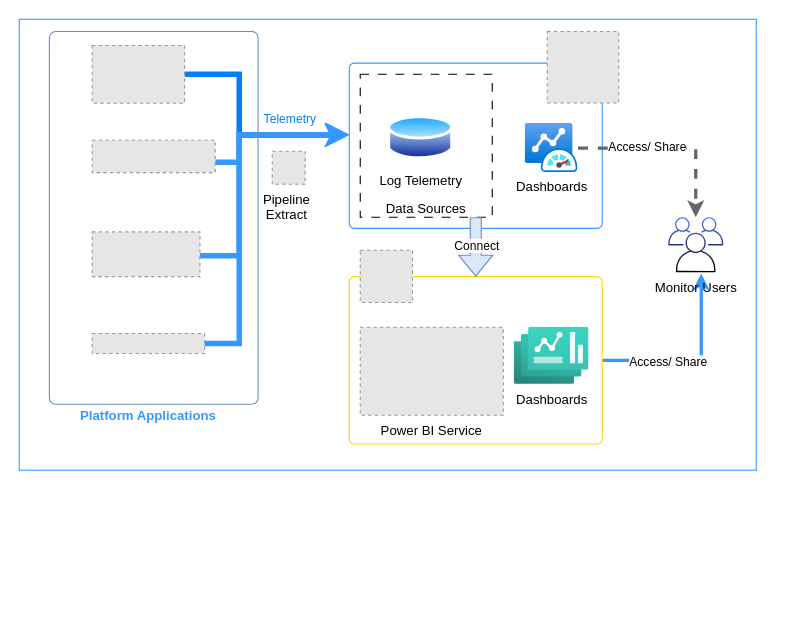
Earlier version of the draw.io diagram Monitor.drawio (jijeeshme/diagrams). Source tidied: cells renumbered, new cells numbered last; positions are measured from the earlier drawing's top-left corner, leaving out a move shared by most shapes. Both pictures are drawn from the tidied source at 110%, with x=0, y=0 at pixel (19, 19). Pictures stored in the file or linked from it are replaced by grey dashed boxes.
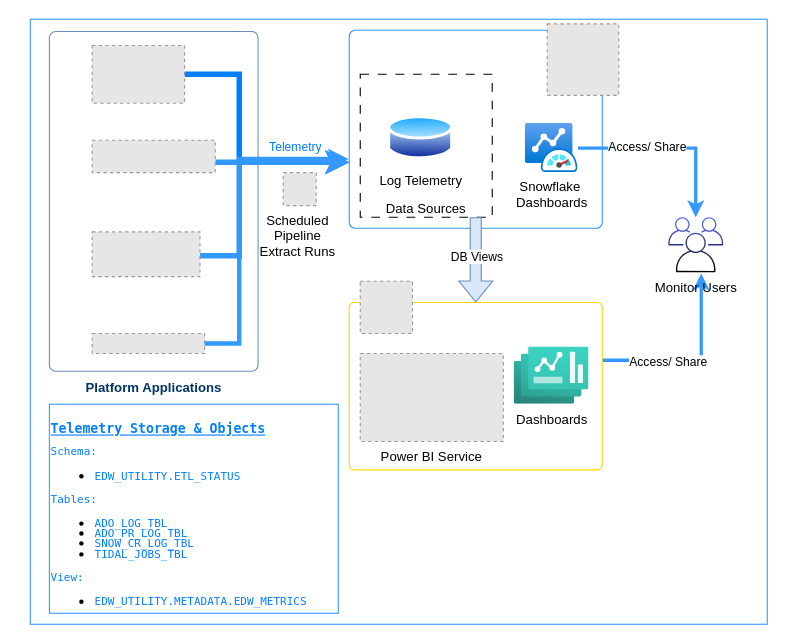
The same diagram, later.

Unchanged cells that the change refers to:
```xml
<mxCell id="9" style="fillColor=#E6E6E6;strokeColor=#999999;dashed=1;verticalLabelPosition=bottom;verticalAlign=top;" parent="1" vertex="1">
  <mxGeometry x="66.3" y="23.9" width="84" height="52.4" as="geometry" />
</mxCell>
<mxCell id="12" style="fillColor=#E6E6E6;strokeColor=#999999;dashed=1;verticalLabelPosition=bottom;verticalAlign=top;" parent="1" vertex="1">
  <mxGeometry x="66.3" y="110" width="111.9" height="29.4" as="geometry" />
</mxCell>
<mxCell id="16" style="fillColor=#E6E6E6;strokeColor=#999999;dashed=1;verticalLabelPosition=bottom;verticalAlign=top;" parent="1" vertex="1">
  <mxGeometry x="66.3" y="193.3" width="98" height="40.7" as="geometry" />
</mxCell>
<mxCell id="20" value="Monitor Users" style="sketch=0;outlineConnect=0;strokeColor=#6c8ebf;fillColor=#566CFC;dashed=0;verticalLabelPosition=bottom;verticalAlign=top;align=center;html=1;fontSize=12;fontStyle=0;shape=mxgraph.aws4.illustration_users;gradientColor=default;" parent="1" vertex="1">
  <mxGeometry x="590" y="180" width="50" height="50" as="geometry" />
</mxCell>
<mxCell id="26" style="fillColor=#E6E6E6;strokeColor=#999999;dashed=1;verticalLabelPosition=bottom;labelBackgroundColor=default;verticalAlign=top;" parent="1" vertex="1">
  <mxGeometry x="66.3" y="285.7" width="102.2" height="18.1" as="geometry" />
</mxCell>
```

The edit, as a diff of the source:
```diff
@@
+    <mxCell id="30" style="rounded=1;whiteSpace=wrap;html=1;arcSize=3;fillColor=none;strokeColor=#6c8ebf;" parent="1" vertex="1">
+      <mxGeometry x="27.4" y="11.2" width="189.7" height="308.8" as="geometry" />
+    </mxCell>
@@
     <mxCell id="3" style="rounded=0;whiteSpace=wrap;html=1;fillColor=none;strokeColor=#3399FF;" parent="1" vertex="1">
-      <mxGeometry width="670" height="410" as="geometry" />
+      <mxGeometry x="10" width="670" height="550" as="geometry" />
     </mxCell>
@@
     <mxCell id="6" style="rounded=1;whiteSpace=wrap;html=1;fillColor=none;arcSize=3;strokeColor=light-dark(#ffd500, #ededed);" parent="1" vertex="1">
-      <mxGeometry x="300" y="234" width="230" height="152.2" as="geometry" />
+      <mxGeometry x="300" y="257.5" width="230" height="152.2" as="geometry" />
     </mxCell>
     <mxCell id="7" style="rounded=1;whiteSpace=wrap;html=1;fillColor=none;arcSize=3;strokeColor=#3399FF;" parent="1" vertex="1">
-      <mxGeometry x="300" y="39.9" width="230" height="150.2" as="geometry" />
+      <mxGeometry x="300" y="10" width="230" height="180" as="geometry" />
     </mxCell>
     <mxCell id="8" style="edgeStyle=orthogonalEdgeStyle;rounded=0;jettySize=auto;html=1;strokeColor=#007FFF;strokeWidth=5;" parent="1" edge="1" source="9" target="7">
       <mxGeometry relative="1" as="geometry">
         <Array as="points">
           <mxPoint x="200" y="50" />
-          <mxPoint x="200" y="105" />
+          <mxPoint x="200" y="130" />
         </Array>
       </mxGeometry>
     </mxCell>
@@
     <mxCell id="10" style="fillColor=#E6E6E6;strokeColor=#999999;dashed=1;verticalLabelPosition=bottom;verticalAlign=top;" parent="1" vertex="1">
-      <mxGeometry x="480" y="11.2" width="65" height="65" as="geometry" />
+      <mxGeometry x="480" y="4.2" width="65" height="65" as="geometry" />
     </mxCell>
     <mxCell id="11" style="edgeStyle=orthogonalEdgeStyle;rounded=0;jettySize=auto;html=1;strokeWidth=5;strokeColor=#3399FF;" parent="1" edge="1" source="12" target="7">
       <mxGeometry relative="1" as="geometry">
         <Array as="points">
-          <mxPoint x="200" y="130" />
-          <mxPoint x="200" y="105" />
+          <mxPoint x="260" y="130" />
+          <mxPoint x="260" y="130" />
         </Array>
       </mxGeometry>
     </mxCell>
@@
     <mxCell id="14" style="edgeStyle=orthogonalEdgeStyle;rounded=0;jettySize=auto;html=1;strokeColor=#3399FF;strokeWidth=5;" parent="1" edge="1" source="16" target="7">
       <mxGeometry relative="1" as="geometry">
         <Array as="points">
           <mxPoint x="200" y="215" />
-          <mxPoint x="200" y="105" />
+          <mxPoint x="200" y="130" />
         </Array>
       </mxGeometry>
     </mxCell>
@@
-    <mxCell id="17" style="edgeStyle=orthogonalEdgeStyle;rounded=0;jettySize=auto;html=1;strokeWidth=3;strokeColor=#666666;fillColor=#f5f5f5;dashed=1;" parent="1" edge="1" source="19" target="20">
+    <mxCell id="17" style="edgeStyle=orthogonalEdgeStyle;rounded=0;jettySize=auto;html=1;strokeWidth=3;strokeColor=#3399FF;fillColor=#f5f5f5;" parent="1" edge="1" source="19" target="20">
       <mxGeometry relative="1" as="geometry" />
     </mxCell>
@@
-    <mxCell id="19" value="Dashboards" style="image;html=1;points=[];align=center;fontSize=12;image=img/lib/azure2/other/Azure_Monitor_Dashboard.svg;" parent="1" vertex="1">
+    <mxCell id="19" value="Snowflake&amp;nbsp;&lt;div&gt;Dashboards&lt;/div&gt;" style="image;html=1;points=[];align=center;fontSize=12;image=img/lib/azure2/other/Azure_Monitor_Dashboard.svg;" parent="1" vertex="1">
       <mxGeometry x="460" y="94.8" width="48" height="44.6" as="geometry" />
     </mxCell>
@@
-    <mxCell id="21" value="Pipeline &#10;Extract " style="fillColor=#E6E6E6;strokeColor=#999999;dashed=1;verticalLabelPosition=bottom;verticalAlign=top;" parent="1" vertex="1">
-      <mxGeometry x="230" y="120" width="30" height="30" as="geometry" />
+    <mxCell id="21" value="Scheduled &#10;Pipeline &#10;Extract Runs " style="fillColor=#E6E6E6;strokeColor=#999999;dashed=1;verticalLabelPosition=bottom;verticalAlign=top;" parent="1" vertex="1">
+      <mxGeometry x="240" y="139.4" width="30" height="30" as="geometry" />
     </mxCell>
-    <mxCell id="22" style="shape=flexArrow;endArrow=classic;html=1;rounded=0;fillColor=#dae8fc;strokeColor=#6c8ebf;" parent="1" edge="1">
+    <mxCell id="22" style="shape=flexArrow;endArrow=classic;html=1;rounded=0;fillColor=#dae8fc;strokeColor=#6c8ebf;entryX=0.5;entryY=0;entryDx=0;entryDy=0;" parent="1" edge="1" target="6">
       <mxGeometry relative="1" as="geometry">
         <mxPoint x="415" y="180" as="sourcePoint" />
-        <mxPoint x="415" y="234" as="targetPoint" />
       </mxGeometry>
     </mxCell>
-    <mxCell id="23" value="Connect" style="edgeLabel;html=1;align=center;verticalAlign=middle;" parent="22" vertex="1">
+    <mxCell id="23" value="DB Views" style="edgeLabel;html=1;align=center;verticalAlign=middle;" parent="22" vertex="1">
       <mxGeometry x="-0.14" y="-3" relative="1" as="geometry">
         <mxPoint x="3" y="2" as="offset" />
       </mxGeometry>
     </mxCell>
     <mxCell id="24" style="fillColor=#E6E6E6;strokeColor=#999999;dashed=1;verticalLabelPosition=bottom;verticalAlign=top;" parent="1" vertex="1">
-      <mxGeometry x="310" y="210" width="47.5" height="47.5" as="geometry" />
+      <mxGeometry x="310" y="238.2" width="47.5" height="47.5" as="geometry" />
     </mxCell>
     <mxCell id="25" value="Power BI Service" style="fillColor=#E6E6E6;strokeColor=#999999;dashed=1;verticalLabelPosition=bottom;labelBackgroundColor=default;verticalAlign=top;" parent="1" vertex="1">
-      <mxGeometry x="310" y="280" width="130.1" height="80" as="geometry" />
+      <mxGeometry x="310" y="303.8" width="130.1" height="80" as="geometry" />
     </mxCell>
@@
-    <mxCell id="27" style="edgeStyle=orthogonalEdgeStyle;rounded=0;jettySize=auto;html=1;entryX=-0.003;entryY=0.436;entryDx=0;entryDy=0;entryPerimeter=0;strokeColor=#3399FF;strokeWidth=5;" parent="1" edge="1" source="26" target="7">
-      <mxGeometry relative="1" as="geometry">
-        <Array as="points">
-          <mxPoint x="200" y="295" />
-          <mxPoint x="200" y="105" />
-        </Array>
-      </mxGeometry>
-    </mxCell>
     <mxCell id="28" value="Dashboards" style="image;html=1;align=center;fontSize=12;image=img/lib/azure2/other/Dashboard_Hub.svg;imageBackground=default;" parent="1" vertex="1">
-      <mxGeometry x="450" y="280" width="68" height="52" as="geometry" />
+      <mxGeometry x="450" y="298" width="68" height="52" as="geometry" />
     </mxCell>
-    <mxCell id="29" value="&lt;b&gt;&lt;font style=&quot;color: rgb(51, 153, 255);&quot;&gt;Platform Applications&lt;/font&gt;&lt;/b&gt;" style="text;html=1;align=center;verticalAlign=middle;whiteSpace=wrap;rounded=0;" parent="1" vertex="1">
-      <mxGeometry x="52.8" y="336.2" width="129.2" height="50" as="geometry" />
+    <mxCell id="29" value="&lt;b&gt;&lt;font style=&quot;color: rgb(0, 51, 102);&quot;&gt;Platform Applications&lt;/font&gt;&lt;/b&gt;" style="text;html=1;align=center;verticalAlign=middle;whiteSpace=wrap;rounded=0;" parent="1" vertex="1">
+      <mxGeometry x="57.7" y="310" width="129.2" height="50" as="geometry" />
     </mxCell>
-    <mxCell id="30" style="rounded=1;whiteSpace=wrap;html=1;arcSize=3;fillColor=none;strokeColor=#6c8ebf;" parent="1" vertex="1">
-      <mxGeometry x="27.4" y="11.2" width="189.7" height="338.8" as="geometry" />
-    </mxCell>
@@
+    <mxCell id="32" value="&lt;div style=&quot;line-height: 70%;&quot;&gt;&lt;p&gt;&lt;span&gt;&lt;font style=&quot;color: rgb(0, 127, 255);&quot; face=&quot;Lucida Console&quot;&gt;&lt;b&gt;&lt;u&gt;Telemetry Storage &amp;amp; Objects&lt;/u&gt;&lt;/b&gt;&lt;/font&gt;&lt;/span&gt;&lt;/p&gt;&lt;p&gt;&lt;font style=&quot;color: rgb(0, 127, 255);&quot; face=&quot;Lucida Console&quot;&gt;&lt;span style=&quot;font-size: 10px;&quot;&gt;Schema:&amp;nbsp;&lt;/span&gt;&lt;/font&gt;&lt;/p&gt;&lt;p&gt;&lt;/p&gt;&lt;ul&gt;&lt;li&gt;&lt;font style=&quot;color: rgb(0, 127, 255);&quot; face=&quot;Lucida Console&quot;&gt;&lt;span style=&quot;font-size: 10px;&quot;&gt;EDW_UTILITY.ETL_STATUS&lt;/span&gt;&lt;/font&gt;&lt;/li&gt;&lt;/ul&gt;&lt;p&gt;&lt;/p&gt;&lt;p&gt;&lt;font style=&quot;color: rgb(0, 127, 255);&quot; face=&quot;Lucida Console&quot;&gt;&lt;span style=&quot;font-size: 10px;&quot;&gt;Tables:&amp;nbsp;&lt;/span&gt;&lt;/font&gt;&lt;/p&gt;&lt;p&gt;&lt;/p&gt;&lt;ul&gt;&lt;li&gt;&lt;font style=&quot;color: rgb(0, 127, 255);&quot; face=&quot;Lucida Console&quot;&gt;&lt;span style=&quot;font-size: 10px;&quot;&gt;ADO_LOG_TBL&amp;nbsp;&lt;/span&gt;&lt;/font&gt;&lt;/li&gt;&lt;li&gt;&lt;font style=&quot;color: rgb(0, 127, 255);&quot; face=&quot;Lucida Console&quot;&gt;&lt;span style=&quot;font-size: 10px;&quot;&gt;ADO_PR_LOG_TBL&lt;/span&gt;&lt;/font&gt;&lt;/li&gt;&lt;li&gt;&lt;font style=&quot;color: rgb(0, 127, 255);&quot; face=&quot;Lucida Console&quot;&gt;&lt;span style=&quot;font-size: 10px;&quot;&gt;SNOW_CR_LOG_TBL&lt;/span&gt;&lt;/font&gt;&lt;/li&gt;&lt;li&gt;&lt;font style=&quot;color: rgb(0, 127, 255);&quot; face=&quot;Lucida Console&quot;&gt;&lt;font color=&quot;#007fff&quot;&gt;&lt;span style=&quot;font-size: 10px;&quot;&gt;TIDAL_JOBS_TBL&lt;/span&gt;&lt;/font&gt;&lt;/font&gt;&lt;/li&gt;&lt;/ul&gt;&lt;p&gt;&lt;/p&gt;&lt;p&gt;&lt;font style=&quot;color: rgb(0, 127, 255);&quot; face=&quot;Lucida Console&quot;&gt;&lt;span style=&quot;font-size: 10px;&quot;&gt;View:&amp;nbsp;&lt;/span&gt;&lt;/font&gt;&lt;/p&gt;&lt;p&gt;&lt;/p&gt;&lt;ul&gt;&lt;li&gt;&lt;font style=&quot;color: rgb(0, 127, 255);&quot; face=&quot;Lucida Console&quot;&gt;&lt;span style=&quot;font-size: 10px;&quot;&gt;EDW_UTILITY.METADATA.EDW_METRICS&lt;/span&gt;&lt;/font&gt;&lt;/li&gt;&lt;/ul&gt;&lt;p&gt;&lt;/p&gt;&lt;font style=&quot;color: rgb(0, 127, 255);&quot;&gt;&lt;br&gt;&lt;/font&gt;&lt;p&gt;&lt;/p&gt;&lt;pre&gt;&lt;pre&gt;&lt;font&gt;&lt;font face=&quot;Georgia&quot; style=&quot;line-height: 100%; color: rgb(51, 153, 255);&quot;&gt;&lt;font color=&quot;#3399ff&quot;&gt;&lt;span style=&quot;font-size: 10px;&quot;&gt;&lt;u&gt;&lt;br&gt;&lt;/u&gt;&lt;/span&gt;&lt;/font&gt;&lt;/font&gt;&lt;/font&gt;&lt;/pre&gt;&lt;/pre&gt;&lt;/div&gt;" style="text;html=1;whiteSpace=wrap;overflow=hidden;rounded=0;strokeColor=#3399FF;" parent="1" vertex="1">
+      <mxGeometry x="27.4" y="350" width="262.6" height="190" as="geometry" />
+    </mxCell>
+    <mxCell id="27" style="edgeStyle=orthogonalEdgeStyle;rounded=0;jettySize=auto;html=1;entryX=-0.003;entryY=0.65;entryDx=0;entryDy=0;entryPerimeter=0;strokeColor=#3399FF;strokeWidth=4;" parent="1" edge="1" source="26" target="7">
+      <mxGeometry relative="1" as="geometry">
+        <Array as="points">
+          <mxPoint x="200" y="295" />
+          <mxPoint x="200" y="127" />
+        </Array>
+      </mxGeometry>
+    </mxCell>
```
